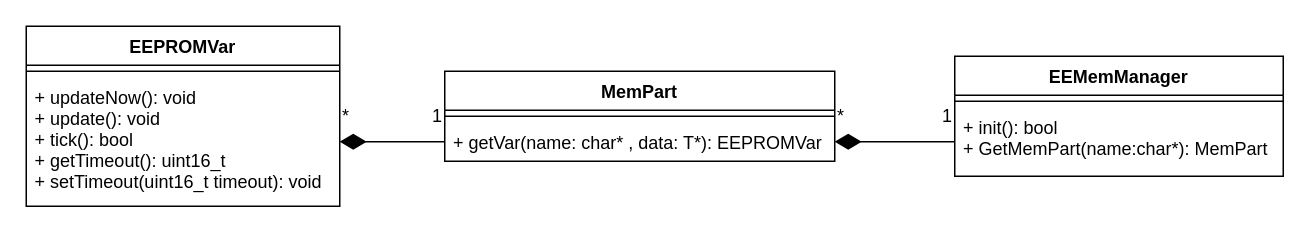
almiluk/bachelor_thesis keeps this draw.io diagram as report/resources/sources/interface-cd.drawio. Above is the earlier version. Source tidied: cells renumbered, new cells numbered last; positions are measured from the earlier drawing's top-left corner, leaving out a move shared by most shapes. Both pictures are drawn from the tidied source at 150%, with x=0, y=0 at pixel (26, 26).
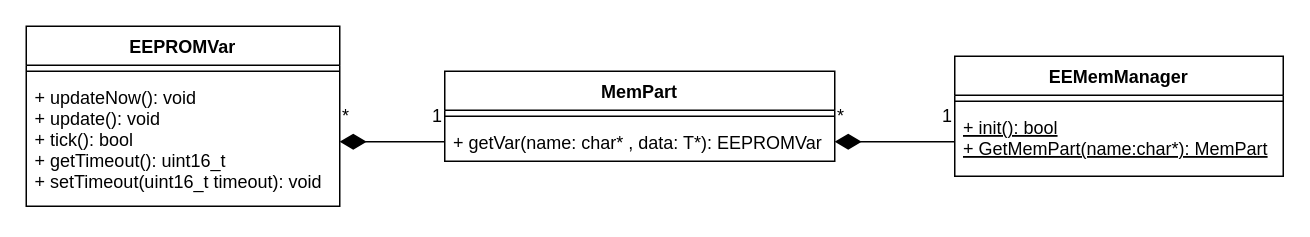
The same page after the edit.

Change to the diagram source:
```diff
@@
 <mxGraphModel background="#ffffff">
   <root>
     <mxCell id="0" />
     <mxCell id="1" parent="0" />
     <mxCell id="2" value="EEPROMVar" style="swimlane;fontStyle=1;align=center;verticalAlign=top;horizontal=1;startSize=26;" parent="1" vertex="1">
       <mxGeometry width="209" height="120" as="geometry" />
     </mxCell>
     <mxCell id="3" style="line;strokeWidth=1;fillColor=none;align=left;verticalAlign=middle;spacingTop=-1;spacingLeft=3;spacingRight=3;labelPosition=right;" parent="2" vertex="1">
       <mxGeometry y="26" width="209" height="8" as="geometry" />
     </mxCell>
     <mxCell id="4" value="+ updateNow(): void&#10;+ update(): void&#10;+ tick(): bool&#10;+ getTimeout(): uint16_t&#10;+ setTimeout(uint16_t timeout): void " style="text;strokeColor=none;fillColor=none;align=left;verticalAlign=top;spacingLeft=4;spacingRight=4;overflow=hidden;points=[[0,0.5],[1,0.5]];portConstraint=eastwest;" parent="2" vertex="1">
       <mxGeometry y="34" width="209" height="86" as="geometry" />
     </mxCell>
     <mxCell id="5" value="MemPart" style="swimlane;fontStyle=1;align=center;verticalAlign=top;horizontal=1;startSize=26;" parent="1" vertex="1">
       <mxGeometry x="279" y="30" width="260" height="60" as="geometry" />
     </mxCell>
     <mxCell id="6" style="line;strokeWidth=1;fillColor=none;align=left;verticalAlign=middle;spacingTop=-1;spacingLeft=3;spacingRight=3;labelPosition=right;" parent="5" vertex="1">
       <mxGeometry y="26" width="260" height="8" as="geometry" />
     </mxCell>
     <mxCell id="7" value="+ getVar(name: char* , data: T*): EEPROMVar&#10;" style="text;strokeColor=none;fillColor=none;align=left;verticalAlign=top;spacingLeft=4;spacingRight=4;overflow=hidden;points=[[0,0.5],[1,0.5]];portConstraint=eastwest;" parent="5" vertex="1">
       <mxGeometry y="34" width="260" height="26" as="geometry" />
     </mxCell>
     <mxCell id="8" value="EEMemManager" style="swimlane;fontStyle=1;align=center;verticalAlign=top;horizontal=1;startSize=26;" parent="1" vertex="1">
       <mxGeometry x="619" y="20" width="219" height="80" as="geometry" />
     </mxCell>
     <mxCell id="9" style="line;strokeWidth=1;fillColor=none;align=left;verticalAlign=middle;spacingTop=-1;spacingLeft=3;spacingRight=3;labelPosition=right;" parent="8" vertex="1">
       <mxGeometry y="26" width="219" height="8" as="geometry" />
     </mxCell>
-    <mxCell id="10" value="+ init(): bool&#10;+ GetMemPart(name:char*): MemPart" style="text;strokeColor=none;fillColor=none;align=left;verticalAlign=top;spacingLeft=4;spacingRight=4;overflow=hidden;points=[[0,0.5],[1,0.5]];portConstraint=eastwest;" parent="8" vertex="1">
+    <mxCell id="10" value="+ init(): bool&#10;+ GetMemPart(name:char*): MemPart" style="text;strokeColor=none;fillColor=none;align=left;verticalAlign=top;spacingLeft=4;spacingRight=4;overflow=hidden;points=[[0,0.5],[1,0.5]];portConstraint=eastwest;fontStyle=4;" parent="8" vertex="1">
       <mxGeometry y="34" width="219" height="46" as="geometry" />
     </mxCell>
     <mxCell id="11" style="edgeStyle=none;rounded=0;jettySize=auto;html=1;exitX=0;exitY=0.5;exitDx=0;exitDy=0;entryX=1;entryY=0.5;entryDx=0;entryDy=0;startArrow=none;startFill=0;endArrow=diamondThin;endFill=1;startSize=6;endSize=15;" parent="1" edge="1" source="7" target="4">
       <mxGeometry relative="1" as="geometry" />
     </mxCell>
     <mxCell id="12" style="edgeStyle=none;rounded=0;jettySize=auto;html=1;exitX=0;exitY=0.5;exitDx=0;exitDy=0;entryX=1;entryY=0.5;entryDx=0;entryDy=0;startArrow=none;startFill=0;startSize=6;endArrow=diamondThin;endFill=1;endSize=15;" parent="1" edge="1" source="10" target="7">
       <mxGeometry relative="1" as="geometry" />
     </mxCell>
     <mxCell id="13" value="1" style="text;html=1;align=left;verticalAlign=top;spacingTop=-4;" parent="1" vertex="1">
       <mxGeometry x="269" y="50" width="20" height="20" as="geometry" />
     </mxCell>
     <mxCell id="14" value="*" style="text;html=1;align=left;verticalAlign=top;spacingTop=-4;" parent="1" vertex="1">
       <mxGeometry x="209" y="50" width="20" height="20" as="geometry" />
     </mxCell>
     <mxCell id="15" value="1" style="text;html=1;align=left;verticalAlign=top;spacingTop=-4;" parent="1" vertex="1">
       <mxGeometry x="609" y="50" width="20" height="20" as="geometry" />
     </mxCell>
     <mxCell id="16" value="*" style="text;html=1;align=left;verticalAlign=top;spacingTop=-4;" parent="1" vertex="1">
       <mxGeometry x="539" y="50" width="20" height="20" as="geometry" />
     </mxCell>
   </root>
 </mxGraphModel>
```
